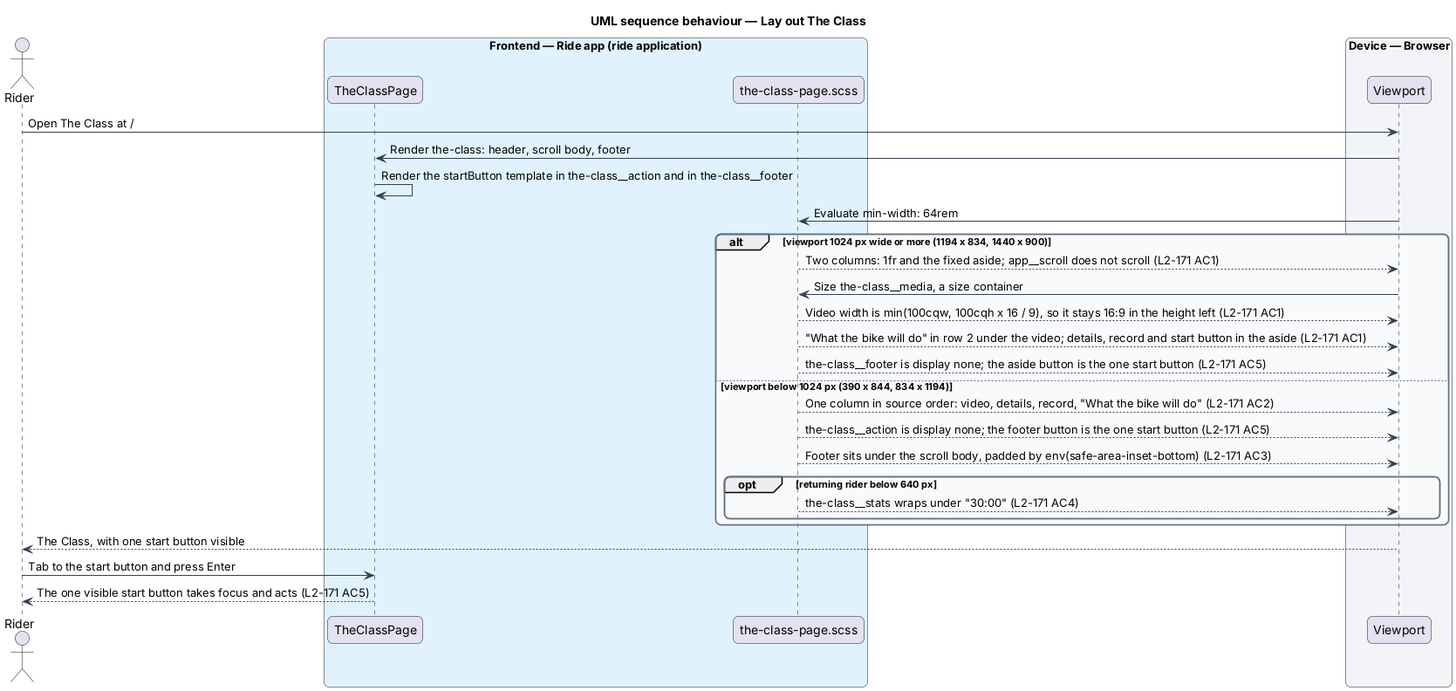
Before: docs/detailed-designs/ui/fit-the-class-to-every-form-factor/diagrams/sequence-lay-out-the-class.png, a diagram exported from PlantUML (QuinntyneBrown/ride-one). Its diagram source:
```plantuml
@startuml
title UML sequence behaviour — Lay out The Class
skinparam backgroundColor #FFFFFF
skinparam shadowing false
skinparam roundcorner 12
skinparam defaultFontName Arial
skinparam ArrowColor #344054
skinparam rectangle {
  BorderColor #344054
  FontColor #101828
}
skinparam package {
  BorderColor #667085
  FontColor #101828
  BackgroundColor #F9FAFB
}
actor "Rider" as rider
box "Frontend — Ride app (ride application)" #E0F2FE
  participant "TheClassPage" as page
  participant "the-class-page.scss" as sheet
end box
box "Device — Browser" #F2F4F7
  participant "Viewport" as viewport
end box
rider -> viewport : Open The Class at /
viewport -> page : Render the-class: header, scroll body, footer
page -> page : Render the startButton template in the-class~__action and in the-class~__footer
viewport -> sheet : Evaluate min-width: 64rem
alt viewport 1024 px wide or more (1194 x 834, 1440 x 900)
  sheet --> viewport : Two columns: 1fr and the fixed aside; app~__scroll does not scroll (L2-171 AC1)
  viewport -> sheet : Size the-class~__media, a size container
  sheet --> viewport : Video width is min(100cqw, 100cqh x 16 / 9), so it stays 16:9 in the height left (L2-171 AC1)
  sheet --> viewport : "What the bike will do" in row 2 under the video; details, record and start button in the aside (L2-171 AC1)
  sheet --> viewport : the-class~__footer is display none; the aside button is the one start button (L2-171 AC5)
else viewport below 1024 px (390 x 844, 834 x 1194)
  sheet --> viewport : One column in source order: video, details, record, "What the bike will do" (L2-171 AC2)
  sheet --> viewport : the-class~__action is display none; the footer button is the one start button (L2-171 AC5)
  sheet --> viewport : Footer sits under the scroll body, padded by env(safe-area-inset-bottom) (L2-171 AC3)
  opt returning rider below 640 px
    sheet --> viewport : the-class~__stats wraps under "30:00" (L2-171 AC4)
  end
end
viewport --> rider : The Class, with one start button visible
rider -> page : Tab to the start button and press Enter
page --> rider : The one visible start button takes focus and acts (L2-171 AC5)
@enduml
```
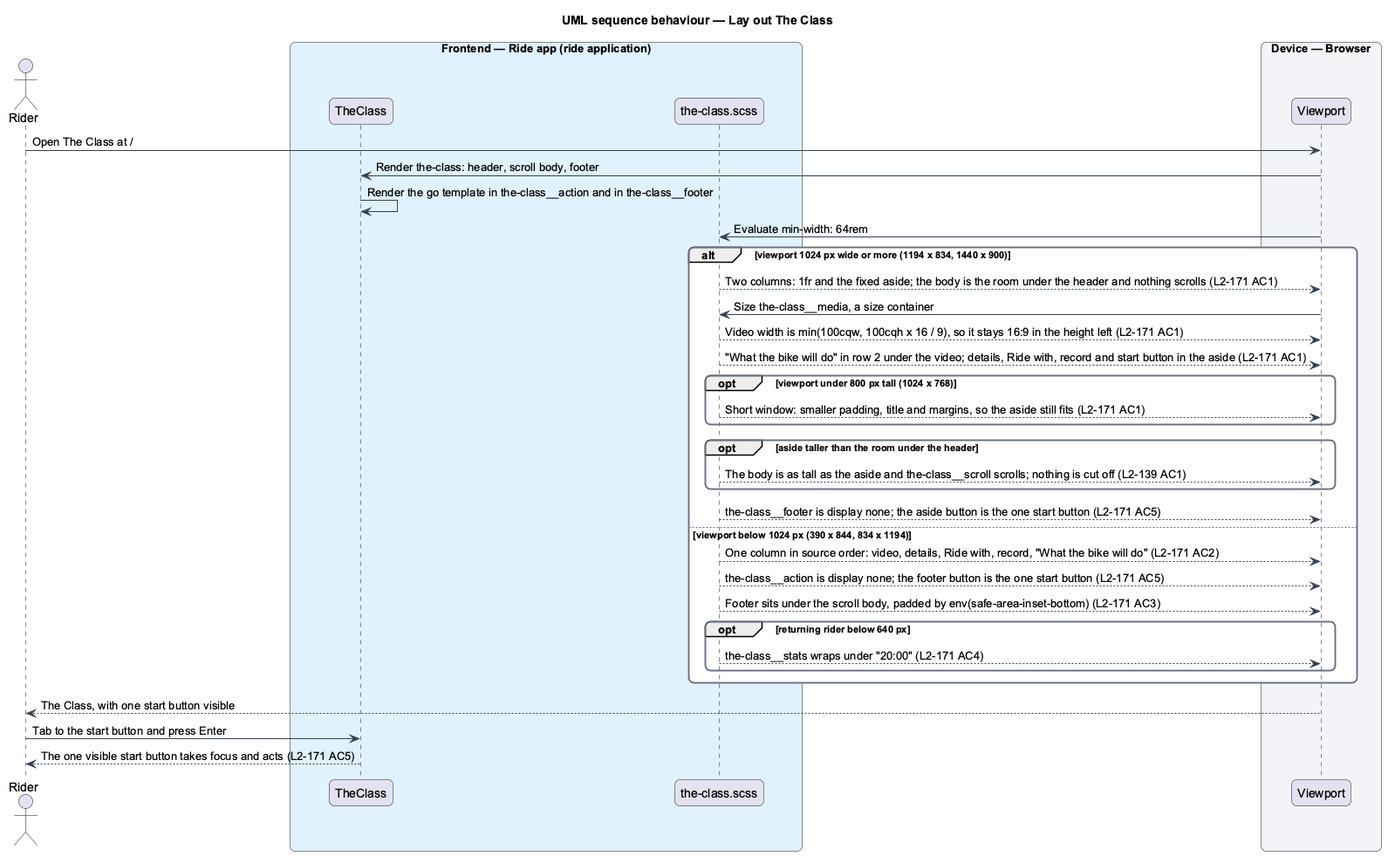
The same diagram one commit later.

Diff of the diagram source:
```diff
@@ -16,28 +16,34 @@
 }
 actor "Rider" as rider
 box "Frontend — Ride app (ride application)" #E0F2FE
-  participant "TheClassPage" as page
-  participant "the-class-page.scss" as sheet
+  participant "TheClass" as page
+  participant "the-class.scss" as sheet
 end box
 box "Device — Browser" #F2F4F7
   participant "Viewport" as viewport
 end box
 rider -> viewport : Open The Class at /
 viewport -> page : Render the-class: header, scroll body, footer
-page -> page : Render the startButton template in the-class~__action and in the-class~__footer
+page -> page : Render the go template in the-class~__action and in the-class~__footer
 viewport -> sheet : Evaluate min-width: 64rem
 alt viewport 1024 px wide or more (1194 x 834, 1440 x 900)
-  sheet --> viewport : Two columns: 1fr and the fixed aside; app~__scroll does not scroll (L2-171 AC1)
+  sheet --> viewport : Two columns: 1fr and the fixed aside; the body is the room under the header and nothing scrolls (L2-171 AC1)
   viewport -> sheet : Size the-class~__media, a size container
   sheet --> viewport : Video width is min(100cqw, 100cqh x 16 / 9), so it stays 16:9 in the height left (L2-171 AC1)
-  sheet --> viewport : "What the bike will do" in row 2 under the video; details, record and start button in the aside (L2-171 AC1)
+  sheet --> viewport : "What the bike will do" in row 2 under the video; details, Ride with, record and start button in the aside (L2-171 AC1)
+  opt viewport under 800 px tall (1024 x 768)
+    sheet --> viewport : Short window: smaller padding, title and margins, so the aside still fits (L2-171 AC1)
+  end
+  opt aside taller than the room under the header
+    sheet --> viewport : The body is as tall as the aside and the-class~__scroll scrolls; nothing is cut off (L2-139 AC1)
+  end
   sheet --> viewport : the-class~__footer is display none; the aside button is the one start button (L2-171 AC5)
 else viewport below 1024 px (390 x 844, 834 x 1194)
-  sheet --> viewport : One column in source order: video, details, record, "What the bike will do" (L2-171 AC2)
+  sheet --> viewport : One column in source order: video, details, Ride with, record, "What the bike will do" (L2-171 AC2)
   sheet --> viewport : the-class~__action is display none; the footer button is the one start button (L2-171 AC5)
   sheet --> viewport : Footer sits under the scroll body, padded by env(safe-area-inset-bottom) (L2-171 AC3)
   opt returning rider below 640 px
-    sheet --> viewport : the-class~__stats wraps under "30:00" (L2-171 AC4)
+    sheet --> viewport : the-class~__stats wraps under "20:00" (L2-171 AC4)
   end
 end
 viewport --> rider : The Class, with one start button visible
```
